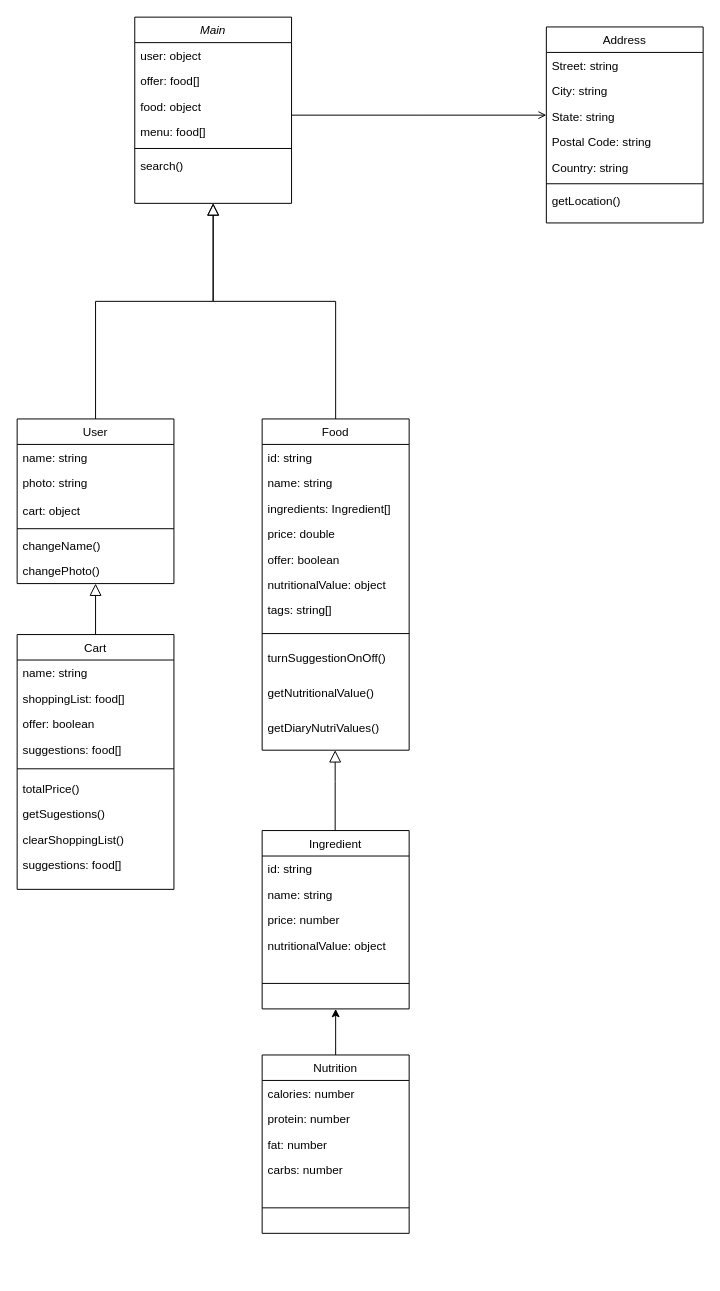
Earlier version of the draw.io diagram foodee/foodeeUML.drawio (TrezzeIohan/Foodee). Source tidied: cells renumbered, new cells numbered last; positions are measured from the earlier drawing's top-left corner, leaving out a move shared by most shapes. Both pictures are drawn from the tidied source at 98%, with x=0, y=0 at pixel (17, -5).
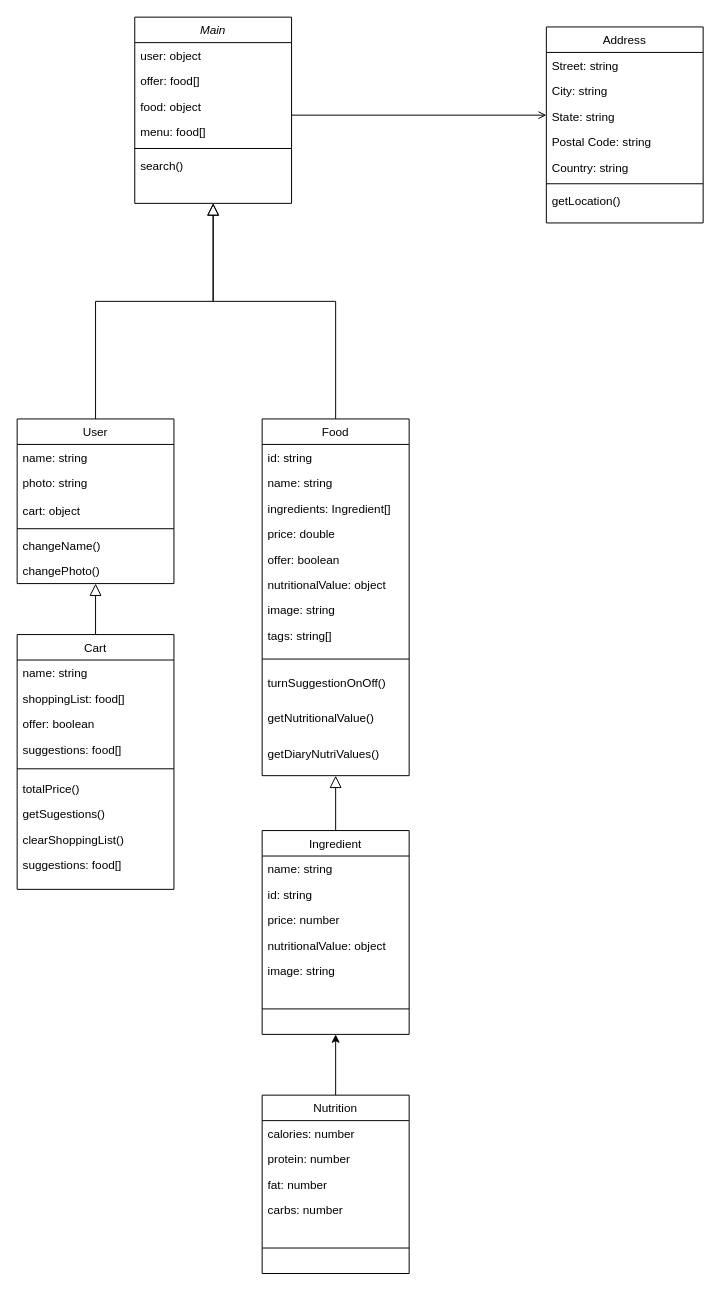
After the change.

Diff of the diagram source:
```diff
@@
     <mxCell id="17" value="Food" style="swimlane;fontStyle=0;align=center;verticalAlign=top;horizontal=1;startSize=26;rounded=0;shadow=0;strokeWidth=1;labelBackgroundColor=none;" parent="1" vertex="1">
-      <mxGeometry x="250" y="432" width="150" height="338" as="geometry" />
+      <mxGeometry x="250" y="432" width="150" height="364" as="geometry" />
     </mxCell>
@@
+    <mxCell id="64" value="image: string" style="text;align=left;verticalAlign=top;spacingLeft=4;spacingRight=4;overflow=hidden;labelBackgroundColor=none;" parent="17" vertex="1">
+      <mxGeometry y="182" width="150" height="26" as="geometry" />
+    </mxCell>
     <mxCell id="24" value="tags: string[]" style="text;align=left;verticalAlign=top;spacingLeft=4;spacingRight=4;overflow=hidden;labelBackgroundColor=none;" parent="17" vertex="1">
-      <mxGeometry y="182" width="150" height="26" as="geometry" />
+      <mxGeometry y="208" width="150" height="26" as="geometry" />
     </mxCell>
     <mxCell id="25" style="line;html=1;strokeWidth=1;align=left;verticalAlign=middle;spacingTop=-1;spacingLeft=3;spacingRight=3;labelPosition=right;labelBackgroundColor=none;" parent="17" vertex="1">
-      <mxGeometry y="208" width="150" height="22" as="geometry" />
+      <mxGeometry y="234" width="150" height="22" as="geometry" />
     </mxCell>
     <mxCell id="26" value="turnSuggestionOnOff()" style="text;align=left;verticalAlign=top;spacingLeft=4;spacingRight=4;overflow=hidden;labelBackgroundColor=none;" parent="17" vertex="1">
-      <mxGeometry y="230" width="150" height="36" as="geometry" />
+      <mxGeometry y="256" width="150" height="36" as="geometry" />
     </mxCell>
     <mxCell id="27" value="getNutritionalValue()" style="text;align=left;verticalAlign=top;spacingLeft=4;spacingRight=4;overflow=hidden;labelBackgroundColor=none;" parent="17" vertex="1">
-      <mxGeometry y="266" width="150" height="36" as="geometry" />
+      <mxGeometry y="292" width="150" height="36" as="geometry" />
     </mxCell>
     <mxCell id="28" value="getDiaryNutriValues()" style="text;align=left;verticalAlign=top;spacingLeft=4;spacingRight=4;overflow=hidden;labelBackgroundColor=none;" parent="17" vertex="1">
-      <mxGeometry y="302" width="150" height="36" as="geometry" />
+      <mxGeometry y="328" width="150" height="36" as="geometry" />
     </mxCell>
@@
     <mxCell id="49" value="Ingredient" style="swimlane;fontStyle=0;align=center;verticalAlign=top;horizontal=1;startSize=26;rounded=0;shadow=0;strokeWidth=1;labelBackgroundColor=none;" parent="1" vertex="1">
-      <mxGeometry x="250" y="852" width="150" height="182" as="geometry" />
+      <mxGeometry x="250" y="852" width="150" height="208" as="geometry" />
     </mxCell>
+    <mxCell id="51" value="name: string" style="text;align=left;verticalAlign=top;spacingLeft=4;spacingRight=4;overflow=hidden;labelBackgroundColor=none;" parent="49" vertex="1">
+      <mxGeometry y="26" width="150" height="26" as="geometry" />
+    </mxCell>
     <mxCell id="50" value="id: string" style="text;align=left;verticalAlign=top;spacingLeft=4;spacingRight=4;overflow=hidden;labelBackgroundColor=none;" parent="49" vertex="1">
-      <mxGeometry y="26" width="150" height="26" as="geometry" />
+      <mxGeometry y="52" width="150" height="26" as="geometry" />
     </mxCell>
-    <mxCell id="51" value="name: string" style="text;align=left;verticalAlign=top;spacingLeft=4;spacingRight=4;overflow=hidden;labelBackgroundColor=none;" parent="49" vertex="1">
-      <mxGeometry y="52" width="150" height="26" as="geometry" />
-    </mxCell>
@@
+    <mxCell id="65" value="image: string" style="text;align=left;verticalAlign=top;spacingLeft=4;spacingRight=4;overflow=hidden;labelBackgroundColor=none;" parent="49" vertex="1">
+      <mxGeometry y="130" width="150" height="26" as="geometry" />
+    </mxCell>
     <mxCell id="54" style="line;html=1;strokeWidth=1;align=left;verticalAlign=middle;spacingTop=-1;spacingLeft=3;spacingRight=3;labelPosition=right;labelBackgroundColor=none;" parent="49" vertex="1">
-      <mxGeometry y="130" width="150" height="52" as="geometry" />
+      <mxGeometry y="156" width="150" height="52" as="geometry" />
     </mxCell>
-    <mxCell id="55" style="endArrow=block;endSize=10;endFill=0;shadow=0;strokeWidth=1;rounded=0;edgeStyle=elbowEdgeStyle;elbow=vertical;labelBackgroundColor=none;fontColor=default;" parent="1" edge="1">
+    <mxCell id="55" style="endArrow=block;endSize=10;endFill=0;shadow=0;strokeWidth=1;rounded=0;edgeStyle=elbowEdgeStyle;elbow=vertical;labelBackgroundColor=none;fontColor=default;exitX=0.5;exitY=0;exitDx=0;exitDy=0;" parent="1" edge="1" source="49">
       <mxGeometry relative="1" as="geometry">
-        <mxPoint x="324.5" y="852" as="sourcePoint" />
-        <mxPoint x="324.5" y="770" as="targetPoint" />
+        <mxPoint x="324.5" y="796" as="targetPoint" />
         <Array as="points">
-          <mxPoint x="324.5" y="802" />
-          <mxPoint x="309" y="732" />
-          <mxPoint x="769" y="400" />
+          <mxPoint x="325" y="796" />
+          <mxPoint x="309.5" y="726" />
+          <mxPoint x="769.5" y="394" />
         </Array>
       </mxGeometry>
     </mxCell>
@@
     <mxCell id="58" value="Nutrition" style="swimlane;fontStyle=0;align=center;verticalAlign=top;horizontal=1;startSize=26;rounded=0;shadow=0;strokeWidth=1;labelBackgroundColor=none;" parent="1" vertex="1">
-      <mxGeometry x="250" y="1081" width="150" height="182" as="geometry" />
+      <mxGeometry x="250" y="1122" width="150" height="182" as="geometry" />
     </mxCell>
```
